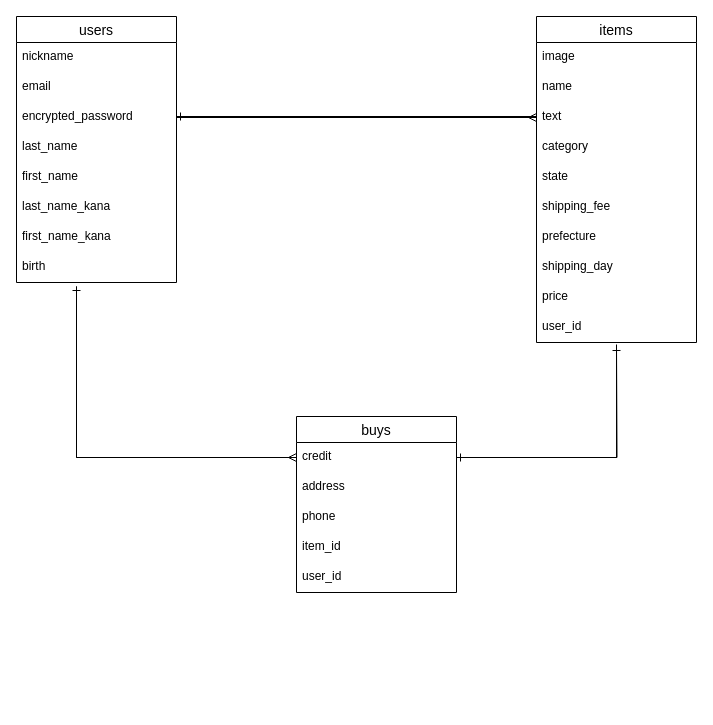
Earlier version of the draw.io diagram ER.dio (ittonnoshio/furima-36100). Source tidied: cells renumbered, new cells numbered last; positions are measured from the earlier drawing's top-left corner, leaving out a move shared by most shapes. Both pictures are drawn from the tidied source at 100%, with x=0, y=0 at pixel (16, 16).
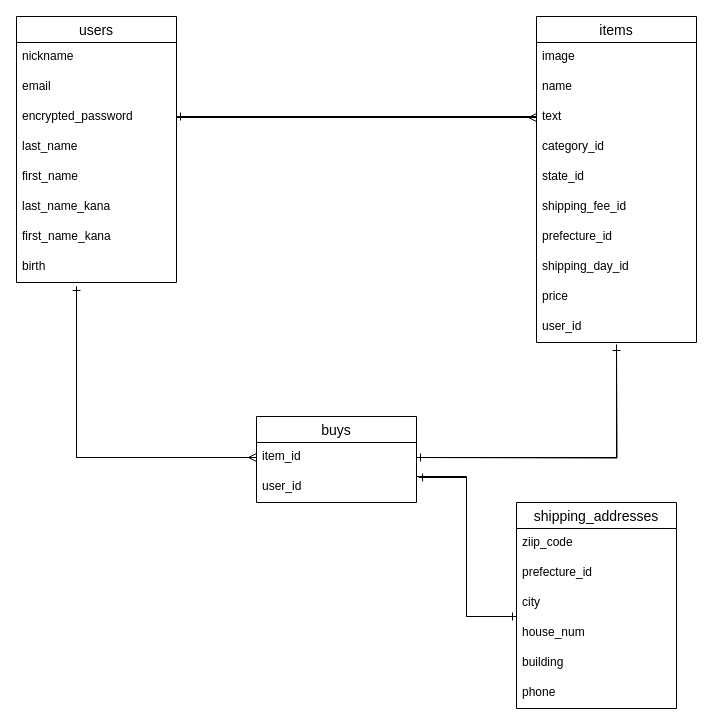
Above is the later version.

Commit message (it also covers changes not shown here):
レビューの修正

Unchanged cells that the change refers to:
```xml
<mxCell id="2" value="items" style="swimlane;fontStyle=0;horizontal=1;startSize=26;align=center;fontSize=14;" parent="1" vertex="1">
  <mxGeometry x="520" width="160" height="326" as="geometry" />
</mxCell>
<mxCell id="12" value="user_id" style="text;strokeColor=none;fillColor=none;spacingLeft=4;spacingRight=4;overflow=hidden;points=[[0,0.5],[1,0.5]];portConstraint=eastwest;fontSize=12;" parent="2" vertex="1">
  <mxGeometry y="296" width="160" height="30" as="geometry" />
</mxCell>
```

What changed in the source:
```diff
@@
-    <mxCell id="6" value="category" style="text;strokeColor=none;fillColor=none;spacingLeft=4;spacingRight=4;overflow=hidden;fontSize=12;" parent="2" vertex="1">
+    <mxCell id="6" value="category_id" style="text;strokeColor=none;fillColor=none;spacingLeft=4;spacingRight=4;overflow=hidden;fontSize=12;" parent="2" vertex="1">
       <mxGeometry y="116" width="160" height="30" as="geometry" />
     </mxCell>
-    <mxCell id="7" value="state" style="text;strokeColor=none;fillColor=none;spacingLeft=4;spacingRight=4;overflow=hidden;fontSize=12;" parent="2" vertex="1">
+    <mxCell id="7" value="state_id" style="text;strokeColor=none;fillColor=none;spacingLeft=4;spacingRight=4;overflow=hidden;fontSize=12;" parent="2" vertex="1">
       <mxGeometry y="146" width="160" height="30" as="geometry" />
     </mxCell>
-    <mxCell id="8" value="shipping_fee" style="text;strokeColor=none;fillColor=none;spacingLeft=4;spacingRight=4;overflow=hidden;fontSize=12;" parent="2" vertex="1">
+    <mxCell id="8" value="shipping_fee_id" style="text;strokeColor=none;fillColor=none;spacingLeft=4;spacingRight=4;overflow=hidden;fontSize=12;" parent="2" vertex="1">
       <mxGeometry y="176" width="160" height="30" as="geometry" />
     </mxCell>
-    <mxCell id="9" value="prefecture" style="text;strokeColor=none;fillColor=none;spacingLeft=4;spacingRight=4;overflow=hidden;fontSize=12;" parent="2" vertex="1">
+    <mxCell id="9" value="prefecture_id" style="text;strokeColor=none;fillColor=none;spacingLeft=4;spacingRight=4;overflow=hidden;fontSize=12;" parent="2" vertex="1">
       <mxGeometry y="206" width="160" height="30" as="geometry" />
     </mxCell>
-    <mxCell id="10" value="shipping_day&#10;" style="text;strokeColor=none;fillColor=none;spacingLeft=4;spacingRight=4;overflow=hidden;fontSize=12;" parent="2" vertex="1">
+    <mxCell id="10" value="shipping_day_id&#10;" style="text;strokeColor=none;fillColor=none;spacingLeft=4;spacingRight=4;overflow=hidden;fontSize=12;" parent="2" vertex="1">
       <mxGeometry y="236" width="160" height="30" as="geometry" />
     </mxCell>
@@
     <mxCell id="22" value="buys" style="swimlane;fontStyle=0;horizontal=1;startSize=26;align=center;fontSize=14;" parent="1" vertex="1">
-      <mxGeometry x="280" y="400" width="160" height="176" as="geometry" />
+      <mxGeometry x="240" y="400" width="160" height="86" as="geometry" />
     </mxCell>
-    <mxCell id="23" value="credit" style="text;strokeColor=none;fillColor=none;spacingLeft=4;spacingRight=4;overflow=hidden;points=[[0,0.5],[1,0.5]];portConstraint=eastwest;fontSize=12;" parent="22" vertex="1">
-      <mxGeometry y="26" width="160" height="30" as="geometry" />
-    </mxCell>
-    <mxCell id="24" value="address" style="text;strokeColor=none;fillColor=none;spacingLeft=4;spacingRight=4;overflow=hidden;fontSize=12;" parent="22" vertex="1">
-      <mxGeometry y="56" width="160" height="30" as="geometry" />
-    </mxCell>
-    <mxCell id="25" value="phone" style="text;strokeColor=none;fillColor=none;spacingLeft=4;spacingRight=4;overflow=hidden;fontSize=12;" parent="22" vertex="1">
-      <mxGeometry y="86" width="160" height="30" as="geometry" />
-    </mxCell>
     <mxCell id="26" value="item_id" style="text;strokeColor=none;fillColor=none;spacingLeft=4;spacingRight=4;overflow=hidden;fontSize=12;" parent="22" vertex="1">
-      <mxGeometry y="116" width="160" height="30" as="geometry" />
+      <mxGeometry y="26" width="160" height="30" as="geometry" />
     </mxCell>
     <mxCell id="27" value="user_id" style="text;strokeColor=none;fillColor=none;spacingLeft=4;spacingRight=4;overflow=hidden;points=[[0,0.5],[1,0.5]];portConstraint=eastwest;fontSize=12;" parent="22" vertex="1">
-      <mxGeometry y="146" width="160" height="30" as="geometry" />
+      <mxGeometry y="56" width="160" height="30" as="geometry" />
     </mxCell>
@@
-    <mxCell id="29" style="edgeStyle=orthogonalEdgeStyle;rounded=0;jettySize=auto;html=1;exitX=1;exitY=0.5;exitDx=0;exitDy=0;endArrow=ERone;endFill=0;" parent="1" edge="1" source="23">
+    <mxCell id="29" style="edgeStyle=orthogonalEdgeStyle;rounded=0;orthogonalLoop=1;jettySize=auto;html=1;exitX=1;exitY=0.5;exitDx=0;exitDy=0;endArrow=ERone;endFill=0;" parent="1" edge="1">
       <mxGeometry relative="1" as="geometry">
+        <mxPoint x="400" y="441" as="sourcePoint" />
         <mxPoint x="600" y="330" as="targetPoint" />
       </mxGeometry>
     </mxCell>
@@
-    <mxCell id="31" style="edgeStyle=orthogonalEdgeStyle;rounded=0;jettySize=auto;html=1;exitX=0;exitY=0.5;exitDx=0;exitDy=0;endArrow=ERone;endFill=0;strokeWidth=1;" parent="1" edge="1" source="23">
+    <mxCell id="31" style="edgeStyle=orthogonalEdgeStyle;rounded=0;orthogonalLoop=1;jettySize=auto;html=1;exitX=0;exitY=0.5;exitDx=0;exitDy=0;endArrow=ERone;endFill=0;strokeWidth=1;" parent="1" edge="1">
       <mxGeometry relative="1" as="geometry">
+        <mxPoint x="240" y="441" as="sourcePoint" />
         <mxPoint x="60" y="270" as="targetPoint" />
         <Array as="points">
           <mxPoint x="60" y="441" />
         </Array>
       </mxGeometry>
     </mxCell>
-    <mxCell id="32" style="edgeStyle=orthogonalEdgeStyle;rounded=0;jettySize=auto;html=1;exitX=0.5;exitY=1.067;exitDx=0;exitDy=0;entryX=1;entryY=0.5;entryDx=0;entryDy=0;endArrow=ERone;endFill=0;strokeWidth=1;exitPerimeter=0;" parent="1" edge="1" source="12" target="23">
+    <mxCell id="32" style="edgeStyle=orthogonalEdgeStyle;rounded=0;jettySize=auto;html=1;exitX=0.5;exitY=1.067;exitDx=0;exitDy=0;entryX=1;entryY=0.5;entryDx=0;entryDy=0;endArrow=ERone;endFill=0;strokeWidth=1;exitPerimeter=0;" parent="1" edge="1" source="12">
       <mxGeometry relative="1" as="geometry">
+        <mxPoint x="400" y="441" as="targetPoint" />
         <Array as="points">
           <mxPoint x="600" y="441" />
         </Array>
       </mxGeometry>
     </mxCell>
-    <mxCell id="33" style="edgeStyle=orthogonalEdgeStyle;rounded=0;jettySize=auto;html=1;entryX=0;entryY=0.5;entryDx=0;entryDy=0;endArrow=ERmany;endFill=0;strokeWidth=1;" parent="1" edge="1" target="23">
+    <mxCell id="33" style="edgeStyle=orthogonalEdgeStyle;rounded=0;orthogonalLoop=1;jettySize=auto;html=1;entryX=0;entryY=0.5;entryDx=0;entryDy=0;endArrow=ERmany;endFill=0;strokeWidth=1;" parent="1" edge="1">
       <mxGeometry relative="1" as="geometry">
         <mxPoint x="60" y="270" as="sourcePoint" />
+        <mxPoint x="240" y="441" as="targetPoint" />
         <Array as="points">
           <mxPoint x="60" y="441" />
         </Array>
       </mxGeometry>
     </mxCell>
+    <mxCell id="34" value="shipping_addresses" style="swimlane;fontStyle=0;horizontal=1;startSize=26;align=center;fontSize=14;" parent="1" vertex="1">
+      <mxGeometry x="500" y="486" width="160" height="206" as="geometry" />
+    </mxCell>
+    <mxCell id="35" value="ziip_code" style="text;strokeColor=none;fillColor=none;spacingLeft=4;spacingRight=4;overflow=hidden;fontSize=12;" parent="34" vertex="1">
+      <mxGeometry y="26" width="160" height="30" as="geometry" />
+    </mxCell>
+    <mxCell id="36" value="prefecture_id" style="text;strokeColor=none;fillColor=none;spacingLeft=4;spacingRight=4;overflow=hidden;fontSize=12;" parent="34" vertex="1">
+      <mxGeometry y="56" width="160" height="30" as="geometry" />
+    </mxCell>
+    <mxCell id="37" value="city" style="text;strokeColor=none;fillColor=none;spacingLeft=4;spacingRight=4;overflow=hidden;points=[[0,0.5],[1,0.5]];portConstraint=eastwest;fontSize=12;" parent="34" vertex="1">
+      <mxGeometry y="86" width="160" height="30" as="geometry" />
+    </mxCell>
+    <mxCell id="38" value="house_num" style="text;strokeColor=none;fillColor=none;spacingLeft=4;spacingRight=4;overflow=hidden;fontSize=12;" parent="34" vertex="1">
+      <mxGeometry y="116" width="160" height="30" as="geometry" />
+    </mxCell>
+    <mxCell id="39" value="building" style="text;strokeColor=none;fillColor=none;spacingLeft=4;spacingRight=4;overflow=hidden;fontSize=12;" parent="34" vertex="1">
+      <mxGeometry y="146" width="160" height="30" as="geometry" />
+    </mxCell>
+    <mxCell id="25" value="phone" style="text;strokeColor=none;fillColor=none;spacingLeft=4;spacingRight=4;overflow=hidden;fontSize=12;" parent="34" vertex="1">
+      <mxGeometry y="176" width="160" height="30" as="geometry" />
+    </mxCell>
+    <mxCell id="40" style="edgeStyle=orthogonalEdgeStyle;rounded=0;jettySize=auto;html=1;exitX=1;exitY=0.5;exitDx=0;exitDy=0;endArrow=ERone;endFill=0;strokeWidth=1;" parent="1" edge="1" source="27">
+      <mxGeometry relative="1" as="geometry">
+        <mxPoint x="500" y="600" as="targetPoint" />
+        <Array as="points">
+          <mxPoint x="400" y="460" />
+          <mxPoint x="450" y="460" />
+          <mxPoint x="450" y="600" />
+        </Array>
+      </mxGeometry>
+    </mxCell>
+    <mxCell id="41" style="edgeStyle=orthogonalEdgeStyle;rounded=0;jettySize=auto;html=1;exitX=0;exitY=0.5;exitDx=0;exitDy=0;entryX=1.013;entryY=0.167;entryDx=0;entryDy=0;entryPerimeter=0;endArrow=ERone;endFill=0;strokeWidth=1;" parent="1" edge="1" source="37" target="27">
+      <mxGeometry relative="1" as="geometry">
+        <Array as="points">
+          <mxPoint x="500" y="600" />
+          <mxPoint x="450" y="600" />
+          <mxPoint x="450" y="461" />
+        </Array>
+      </mxGeometry>
+    </mxCell>
```
